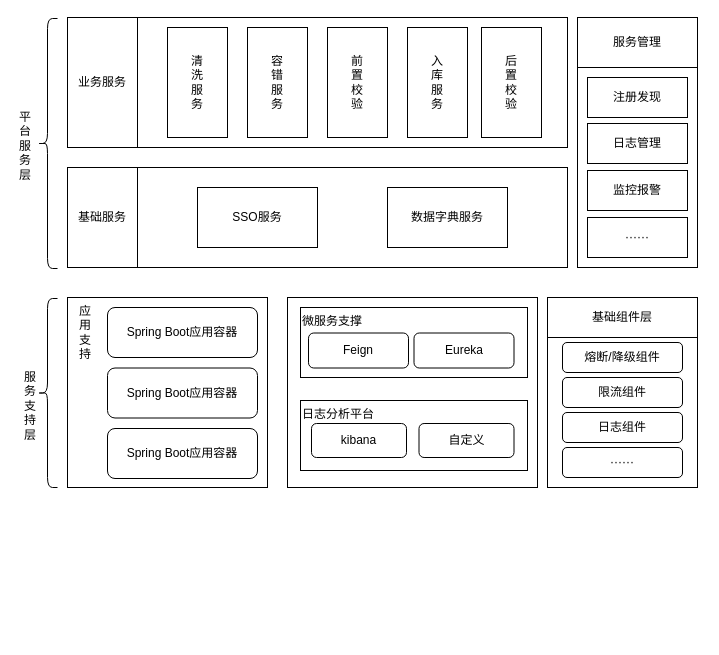
smileLuckBoy/drowio keeps this draw.io diagram as Untitled Diagram.drawio. Above is the earlier version. Source tidied: cells renumbered, new cells numbered last; positions are measured from the earlier drawing's top-left corner, leaving out a move shared by most shapes. Both pictures are drawn from the tidied source at 100%, with x=0, y=0 at pixel (17, 17).
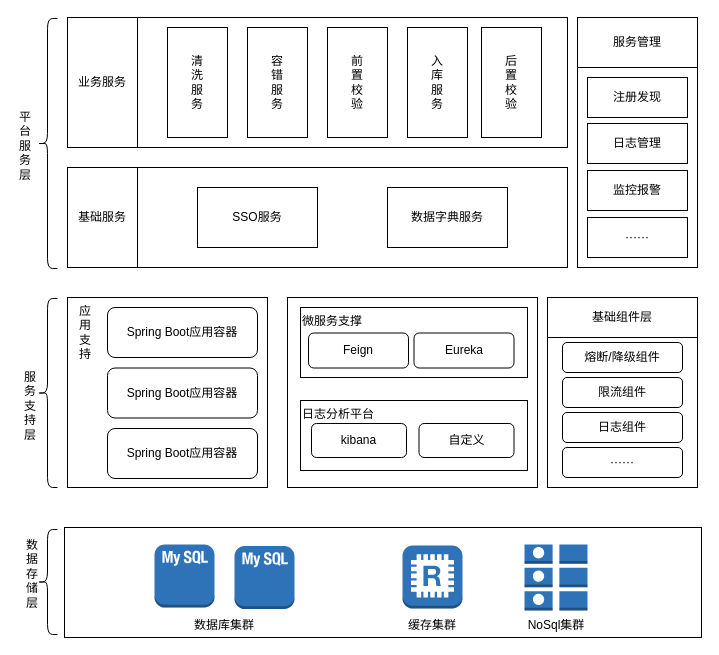
The same page after the edit.

The edit, as a diff of the source:
```diff
@@
+    <mxCell id="48" style="group;" parent="1" vertex="1">
+      <mxGeometry x="7" y="510" width="677" height="110" as="geometry" />
+    </mxCell>
+    <mxCell id="49" style="shape=curlyBracket;whiteSpace=wrap;html=1;rounded=1;align=center;" parent="48" vertex="1">
+      <mxGeometry x="13" y="2" width="20" height="105" as="geometry" />
+    </mxCell>
+    <mxCell id="50" value="数&lt;br&gt;据&lt;br&gt;存&lt;br&gt;储&lt;br&gt;层" style="text;html=1;align=left;verticalAlign=top;spacingTop=-4;" parent="48" vertex="1">
+      <mxGeometry y="8" width="30" height="70" as="geometry" />
+    </mxCell>
+    <mxCell id="51" style="group;" parent="48" vertex="1">
+      <mxGeometry x="40" width="637" height="110" as="geometry" />
+    </mxCell>
+    <mxCell id="52" style="rounded=0;whiteSpace=wrap;html=1;align=center;" parent="51" vertex="1">
+      <mxGeometry width="637" height="110" as="geometry" />
+    </mxCell>
+    <mxCell id="53" style="dashed=0;verticalLabelPosition=bottom;verticalAlign=top;align=center;html=1;shape=mxgraph.aws3.mysql_db_instance_2;fillColor=#2E73B8;gradientColor=none;" parent="51" vertex="1">
+      <mxGeometry x="90" y="17" width="60" height="63" as="geometry" />
+    </mxCell>
+    <mxCell id="54" style="dashed=0;verticalLabelPosition=bottom;verticalAlign=top;align=center;html=1;shape=mxgraph.aws3.redis;fillColor=#2E73B8;gradientColor=none;" parent="51" vertex="1">
+      <mxGeometry x="338" y="18" width="60" height="63" as="geometry" />
+    </mxCell>
+    <mxCell id="55" style="dashed=0;verticalLabelPosition=bottom;verticalAlign=top;align=center;html=1;shape=mxgraph.aws3.attributes;fillColor=#2E73B8;gradientColor=none;" parent="51" vertex="1">
+      <mxGeometry x="460" y="17" width="63" height="66" as="geometry" />
+    </mxCell>
+    <mxCell id="56" style="dashed=0;verticalLabelPosition=bottom;verticalAlign=top;align=center;html=1;shape=mxgraph.aws3.mysql_db_instance_2;fillColor=#2E73B8;gradientColor=none;" parent="51" vertex="1">
+      <mxGeometry x="170" y="18.5" width="60" height="63" as="geometry" />
+    </mxCell>
+    <mxCell id="57" value="数据库集群" style="text;html=1;strokeColor=none;fillColor=none;align=center;verticalAlign=middle;whiteSpace=wrap;rounded=0;" parent="51" vertex="1">
+      <mxGeometry x="120" y="88" width="80" height="20" as="geometry" />
+    </mxCell>
+    <mxCell id="58" value="缓存集群" style="text;html=1;strokeColor=none;fillColor=none;align=center;verticalAlign=middle;whiteSpace=wrap;rounded=0;" parent="51" vertex="1">
+      <mxGeometry x="328" y="88" width="80" height="20" as="geometry" />
+    </mxCell>
+    <mxCell id="59" value="NoSql集群" style="text;html=1;strokeColor=none;fillColor=none;align=center;verticalAlign=middle;whiteSpace=wrap;rounded=0;" parent="51" vertex="1">
+      <mxGeometry x="451.5" y="88" width="80" height="20" as="geometry" />
+    </mxCell>
```
